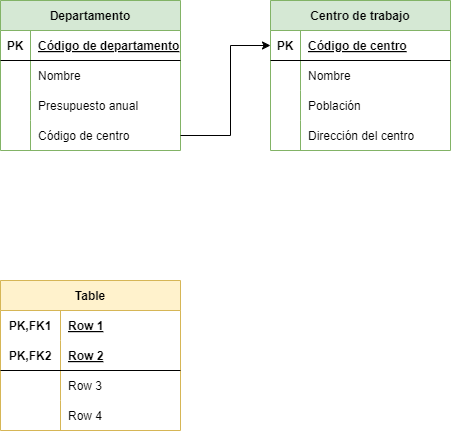
The draw.io diagram tareas/unidad-3/tarea-6/imágenes/tarea6.drawio.png in ManuelsDAM/base-datos, before a commit. Source tidied: cells renumbered, new cells last; positions are measured from the earlier drawing's top-left corner, leaving out a move shared by most shapes.
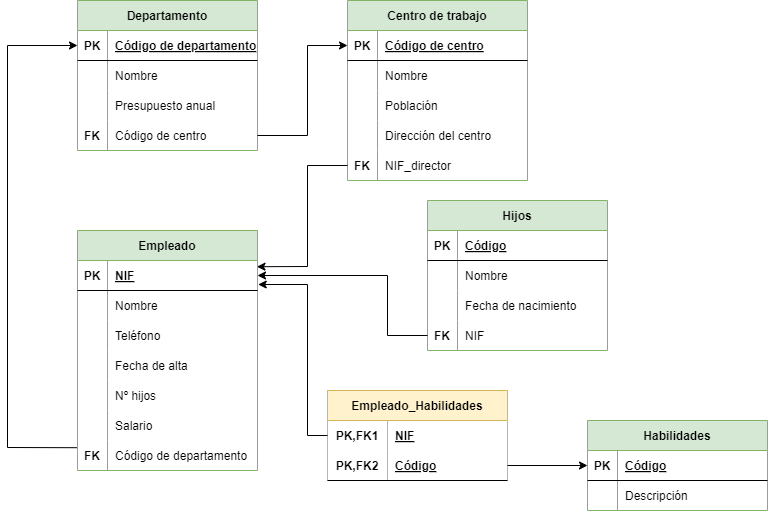
The same diagram one commit later.

Commit message:
Correcciones tarea 6 y read me's

The edit, as a diff of the source:
```diff
@@ -3,7 +3,7 @@
     <mxCell id="0" />
     <mxCell id="1" parent="0" />
     <mxCell id="2" value="Centro de trabajo" style="shape=table;startSize=30;rowLines=0;fontStyle=1;align=center;fillColor=#d5e8d4;strokeColor=#82b366;" parent="1" vertex="1">
-      <mxGeometry x="270" width="180" height="150" as="geometry" />
+      <mxGeometry x="270" width="180" height="180" as="geometry" />
     </mxCell>
     <mxCell id="3" style="shape=tableRow;horizontal=0;startSize=0;swimlaneHead=0;swimlaneBody=0;fillColor=none;points=[[0,0.5],[1,0.5]];portConstraint=eastwest;top=0;left=0;right=0;bottom=1;" parent="2" vertex="1">
       <mxGeometry y="30" width="180" height="30" as="geometry" />
@@ -41,8 +41,17 @@
     <mxCell id="14" value="Dirección del centro" style="shape=partialRectangle;fillColor=none;top=0;left=0;bottom=0;right=0;align=left;spacingLeft=6;overflow=hidden;" parent="12" vertex="1">
       <mxGeometry x="30" width="150" height="30" as="geometry" />
     </mxCell>
+    <mxCell id="42" style="shape=tableRow;horizontal=0;startSize=0;swimlaneHead=0;swimlaneBody=0;fillColor=none;points=[[0,0.5],[1,0.5]];portConstraint=eastwest;top=0;left=0;right=0;bottom=0;" parent="2" vertex="1">
+      <mxGeometry y="150" width="180" height="30" as="geometry" />
+    </mxCell>
+    <mxCell id="43" value="FK" style="shape=partialRectangle;fillColor=none;top=0;left=0;bottom=0;right=0;overflow=hidden;fontStyle=1;" parent="42" vertex="1">
+      <mxGeometry width="30" height="30" as="geometry" />
+    </mxCell>
+    <mxCell id="44" value="NIF_director" style="shape=partialRectangle;fillColor=none;top=0;left=0;bottom=0;right=0;align=left;spacingLeft=6;overflow=hidden;" parent="42" vertex="1">
+      <mxGeometry x="30" width="150" height="30" as="geometry" />
+    </mxCell>
-    <mxCell id="15" value="Table" style="shape=table;startSize=30;rowLines=0;fontStyle=1;align=center;fillColor=#fff2cc;strokeColor=#d6b656;" parent="1" vertex="1">
-      <mxGeometry y="280" width="180" height="150" as="geometry" />
+    <mxCell id="15" value="Empleado_Habilidades" style="shape=table;startSize=30;rowLines=0;fontStyle=1;align=center;fillColor=#fff2cc;strokeColor=#d6b656;" parent="1" vertex="1">
+      <mxGeometry x="250" y="390" width="180" height="90" as="geometry" />
     </mxCell>
     <mxCell id="16" style="shape=tableRow;horizontal=0;startSize=0;swimlaneHead=0;swimlaneBody=0;fillColor=none;points=[[0,0.5],[1,0.5]];portConstraint=eastwest;top=0;left=0;right=0;bottom=0;" parent="15" vertex="1">
       <mxGeometry y="30" width="180" height="30" as="geometry" />
@@ -50,7 +59,7 @@
     <mxCell id="17" value="PK,FK1" style="shape=partialRectangle;fillColor=none;top=0;left=0;bottom=0;right=0;fontStyle=1;overflow=hidden;" parent="16" vertex="1">
       <mxGeometry width="60" height="30" as="geometry" />
     </mxCell>
-    <mxCell id="18" value="Row 1" style="shape=partialRectangle;fillColor=none;top=0;left=0;bottom=0;right=0;align=left;spacingLeft=6;fontStyle=5;overflow=hidden;" parent="16" vertex="1">
+    <mxCell id="18" value="NIF" style="shape=partialRectangle;fillColor=none;top=0;left=0;bottom=0;right=0;align=left;spacingLeft=6;fontStyle=5;overflow=hidden;" parent="16" vertex="1">
       <mxGeometry x="60" width="120" height="30" as="geometry" />
     </mxCell>
     <mxCell id="19" style="shape=tableRow;horizontal=0;startSize=0;swimlaneHead=0;swimlaneBody=0;fillColor=none;points=[[0,0.5],[1,0.5]];portConstraint=eastwest;top=0;left=0;right=0;bottom=1;" parent="15" vertex="1">
@@ -59,27 +68,9 @@
     <mxCell id="20" value="PK,FK2" style="shape=partialRectangle;fillColor=none;top=0;left=0;bottom=0;right=0;fontStyle=1;overflow=hidden;" parent="19" vertex="1">
       <mxGeometry width="60" height="30" as="geometry" />
     </mxCell>
-    <mxCell id="21" value="Row 2" style="shape=partialRectangle;fillColor=none;top=0;left=0;bottom=0;right=0;align=left;spacingLeft=6;fontStyle=5;overflow=hidden;" parent="19" vertex="1">
+    <mxCell id="21" value="Código" style="shape=partialRectangle;fillColor=none;top=0;left=0;bottom=0;right=0;align=left;spacingLeft=6;fontStyle=5;overflow=hidden;" parent="19" vertex="1">
       <mxGeometry x="60" width="120" height="30" as="geometry" />
     </mxCell>
-    <mxCell id="22" style="shape=tableRow;horizontal=0;startSize=0;swimlaneHead=0;swimlaneBody=0;fillColor=none;top=0;left=0;right=0;bottom=0;" parent="15" vertex="1">
-      <mxGeometry y="90" width="180" height="30" as="geometry" />
-    </mxCell>
-    <mxCell id="23" style="shape=partialRectangle;fillColor=none;top=0;left=0;bottom=0;right=0;overflow=hidden;" parent="22" vertex="1">
-      <mxGeometry width="60" height="30" as="geometry" />
-    </mxCell>
-    <mxCell id="24" value="Row 3" style="shape=partialRectangle;fillColor=none;top=0;left=0;bottom=0;right=0;align=left;spacingLeft=6;overflow=hidden;" parent="22" vertex="1">
-      <mxGeometry x="60" width="120" height="30" as="geometry" />
-    </mxCell>
-    <mxCell id="25" style="shape=tableRow;horizontal=0;startSize=0;swimlaneHead=0;swimlaneBody=0;fillColor=none;top=0;left=0;right=0;bottom=0;" parent="15" vertex="1">
-      <mxGeometry y="120" width="180" height="30" as="geometry" />
-    </mxCell>
-    <mxCell id="26" style="shape=partialRectangle;fillColor=none;top=0;left=0;bottom=0;right=0;overflow=hidden;" parent="25" vertex="1">
-      <mxGeometry width="60" height="30" as="geometry" />
-    </mxCell>
-    <mxCell id="27" value="Row 4" style="shape=partialRectangle;fillColor=none;top=0;left=0;bottom=0;right=0;align=left;spacingLeft=6;overflow=hidden;" parent="25" vertex="1">
-      <mxGeometry x="60" width="120" height="30" as="geometry" />
-    </mxCell>
     <mxCell id="28" value="Departamento" style="shape=table;startSize=30;rowLines=0;fontStyle=1;align=center;fillColor=#d5e8d4;strokeColor=#82b366;" parent="1" vertex="1">
       <mxGeometry width="180" height="150" as="geometry" />
     </mxCell>
@@ -113,7 +104,7 @@
     <mxCell id="38" style="shape=tableRow;horizontal=0;startSize=0;swimlaneHead=0;swimlaneBody=0;fillColor=none;points=[[0,0.5],[1,0.5]];portConstraint=eastwest;top=0;left=0;right=0;bottom=0;" parent="28" vertex="1">
       <mxGeometry y="120" width="180" height="30" as="geometry" />
     </mxCell>
-    <mxCell id="39" style="shape=partialRectangle;fillColor=none;top=0;left=0;bottom=0;right=0;overflow=hidden;" parent="38" vertex="1">
+    <mxCell id="39" value="FK" style="shape=partialRectangle;fillColor=none;top=0;left=0;bottom=0;right=0;overflow=hidden;fontStyle=1;" parent="38" vertex="1">
       <mxGeometry width="30" height="30" as="geometry" />
     </mxCell>
     <mxCell id="40" value="Código de centro" style="shape=partialRectangle;fillColor=none;top=0;left=0;bottom=0;right=0;align=left;spacingLeft=6;overflow=hidden;" parent="38" vertex="1">
@@ -127,5 +118,166 @@
         </Array>
       </mxGeometry>
     </mxCell>
+    <mxCell id="45" value="Empleado" style="shape=table;startSize=30;rowLines=0;fontStyle=1;align=center;fillColor=#d5e8d4;strokeColor=#82b366;" parent="1" vertex="1">
+      <mxGeometry y="230" width="180" height="240" as="geometry" />
+    </mxCell>
+    <mxCell id="46" style="shape=tableRow;horizontal=0;startSize=0;swimlaneHead=0;swimlaneBody=0;fillColor=none;points=[[0,0.5],[1,0.5]];portConstraint=eastwest;top=0;left=0;right=0;bottom=1;" parent="45" vertex="1">
+      <mxGeometry y="30" width="180" height="30" as="geometry" />
+    </mxCell>
+    <mxCell id="47" value="PK" style="shape=partialRectangle;fillColor=none;top=0;left=0;bottom=0;right=0;fontStyle=1;overflow=hidden;" parent="46" vertex="1">
+      <mxGeometry width="30" height="30" as="geometry" />
+    </mxCell>
+    <mxCell id="48" value="NIF" style="shape=partialRectangle;fillColor=none;top=0;left=0;bottom=0;right=0;align=left;spacingLeft=6;fontStyle=5;overflow=hidden;" parent="46" vertex="1">
+      <mxGeometry x="30" width="150" height="30" as="geometry" />
+    </mxCell>
+    <mxCell id="49" style="shape=tableRow;horizontal=0;startSize=0;swimlaneHead=0;swimlaneBody=0;fillColor=none;top=0;left=0;right=0;bottom=0;" parent="45" vertex="1">
+      <mxGeometry y="60" width="180" height="30" as="geometry" />
+    </mxCell>
+    <mxCell id="50" style="shape=partialRectangle;fillColor=none;top=0;left=0;bottom=0;right=0;overflow=hidden;" parent="49" vertex="1">
+      <mxGeometry width="30" height="30" as="geometry" />
+    </mxCell>
+    <mxCell id="51" value="Nombre" style="shape=partialRectangle;fillColor=none;top=0;left=0;bottom=0;right=0;align=left;spacingLeft=6;overflow=hidden;" parent="49" vertex="1">
+      <mxGeometry x="30" width="150" height="30" as="geometry" />
+    </mxCell>
+    <mxCell id="52" style="shape=tableRow;horizontal=0;startSize=0;swimlaneHead=0;swimlaneBody=0;fillColor=none;top=0;left=0;right=0;bottom=0;" parent="45" vertex="1">
+      <mxGeometry y="90" width="180" height="30" as="geometry" />
+    </mxCell>
+    <mxCell id="53" style="shape=partialRectangle;fillColor=none;top=0;left=0;bottom=0;right=0;overflow=hidden;" parent="52" vertex="1">
+      <mxGeometry width="30" height="30" as="geometry" />
+    </mxCell>
+    <mxCell id="54" value="Teléfono" style="shape=partialRectangle;fillColor=none;top=0;left=0;bottom=0;right=0;align=left;spacingLeft=6;overflow=hidden;" parent="52" vertex="1">
+      <mxGeometry x="30" width="150" height="30" as="geometry" />
+    </mxCell>
+    <mxCell id="55" style="shape=tableRow;horizontal=0;startSize=0;swimlaneHead=0;swimlaneBody=0;fillColor=none;top=0;left=0;right=0;bottom=0;" parent="45" vertex="1">
+      <mxGeometry y="120" width="180" height="30" as="geometry" />
+    </mxCell>
+    <mxCell id="56" style="shape=partialRectangle;fillColor=none;top=0;left=0;bottom=0;right=0;overflow=hidden;" parent="55" vertex="1">
+      <mxGeometry width="30" height="30" as="geometry" />
+    </mxCell>
+    <mxCell id="57" value="Fecha de alta" style="shape=partialRectangle;fillColor=none;top=0;left=0;bottom=0;right=0;align=left;spacingLeft=6;overflow=hidden;" parent="55" vertex="1">
+      <mxGeometry x="30" width="150" height="30" as="geometry" />
+    </mxCell>
+    <mxCell id="58" style="shape=tableRow;horizontal=0;startSize=0;swimlaneHead=0;swimlaneBody=0;fillColor=none;top=0;left=0;right=0;bottom=0;" parent="45" vertex="1">
+      <mxGeometry y="150" width="180" height="30" as="geometry" />
+    </mxCell>
+    <mxCell id="59" style="shape=partialRectangle;fillColor=none;top=0;left=0;bottom=0;right=0;overflow=hidden;" parent="58" vertex="1">
+      <mxGeometry width="30" height="30" as="geometry" />
+    </mxCell>
+    <mxCell id="60" value="Nº hijos" style="shape=partialRectangle;fillColor=none;top=0;left=0;bottom=0;right=0;align=left;spacingLeft=6;overflow=hidden;" parent="58" vertex="1">
+      <mxGeometry x="30" width="150" height="30" as="geometry" />
+    </mxCell>
+    <mxCell id="61" style="shape=tableRow;horizontal=0;startSize=0;swimlaneHead=0;swimlaneBody=0;fillColor=none;top=0;left=0;right=0;bottom=0;" parent="45" vertex="1">
+      <mxGeometry y="180" width="180" height="30" as="geometry" />
+    </mxCell>
+    <mxCell id="62" style="shape=partialRectangle;fillColor=none;top=0;left=0;bottom=0;right=0;overflow=hidden;" parent="61" vertex="1">
+      <mxGeometry width="30" height="30" as="geometry" />
+    </mxCell>
+    <mxCell id="63" value="Salario" style="shape=partialRectangle;fillColor=none;top=0;left=0;bottom=0;right=0;align=left;spacingLeft=6;overflow=hidden;" parent="61" vertex="1">
+      <mxGeometry x="30" width="150" height="30" as="geometry" />
+    </mxCell>
+    <mxCell id="64" style="shape=tableRow;horizontal=0;startSize=0;swimlaneHead=0;swimlaneBody=0;fillColor=none;points=[[0,0.5],[1,0.5]];portConstraint=eastwest;top=0;left=0;right=0;bottom=0;" parent="45" vertex="1">
+      <mxGeometry y="210" width="180" height="30" as="geometry" />
+    </mxCell>
+    <mxCell id="65" value="FK" style="shape=partialRectangle;fillColor=none;top=0;left=0;bottom=0;right=0;overflow=hidden;fontStyle=1;" parent="64" vertex="1">
+      <mxGeometry width="30" height="30" as="geometry" />
+    </mxCell>
+    <mxCell id="66" value="Código de departamento" style="shape=partialRectangle;fillColor=none;top=0;left=0;bottom=0;right=0;align=left;spacingLeft=6;overflow=hidden;" parent="64" vertex="1">
+      <mxGeometry x="30" width="150" height="30" as="geometry" />
+    </mxCell>
+    <mxCell id="67" style="edgeStyle=none;rounded=0;html=1;exitX=-0.004;exitY=0.24;exitDx=0;exitDy=0;entryX=0;entryY=0.5;entryDx=0;entryDy=0;exitPerimeter=0;" parent="1" edge="1" source="64" target="29">
+      <mxGeometry relative="1" as="geometry">
+        <Array as="points">
+          <mxPoint x="-70" y="447" />
+          <mxPoint x="-70" y="45" />
+        </Array>
+      </mxGeometry>
+    </mxCell>
+    <mxCell id="68" style="edgeStyle=none;rounded=0;html=1;exitX=0;exitY=0.5;exitDx=0;exitDy=0;entryX=0.997;entryY=0.207;entryDx=0;entryDy=0;entryPerimeter=0;" parent="1" edge="1" source="42" target="46">
+      <mxGeometry relative="1" as="geometry">
+        <Array as="points">
+          <mxPoint x="230" y="165" />
+          <mxPoint x="230" y="266" />
+        </Array>
+      </mxGeometry>
+    </mxCell>
+    <mxCell id="69" value="Hijos" style="shape=table;startSize=30;rowLines=0;fontStyle=1;align=center;fillColor=#d5e8d4;strokeColor=#82b366;" parent="1" vertex="1">
+      <mxGeometry x="350" y="200" width="180" height="150" as="geometry" />
+    </mxCell>
+    <mxCell id="70" style="shape=tableRow;horizontal=0;startSize=0;swimlaneHead=0;swimlaneBody=0;fillColor=none;top=0;left=0;right=0;bottom=1;" parent="69" vertex="1">
+      <mxGeometry y="30" width="180" height="30" as="geometry" />
+    </mxCell>
+    <mxCell id="71" value="PK" style="shape=partialRectangle;fillColor=none;top=0;left=0;bottom=0;right=0;fontStyle=1;overflow=hidden;" parent="70" vertex="1">
+      <mxGeometry width="30" height="30" as="geometry" />
+    </mxCell>
+    <mxCell id="72" value="Código" style="shape=partialRectangle;fillColor=none;top=0;left=0;bottom=0;right=0;align=left;spacingLeft=6;fontStyle=5;overflow=hidden;" parent="70" vertex="1">
+      <mxGeometry x="30" width="150" height="30" as="geometry" />
+    </mxCell>
+    <mxCell id="73" style="shape=tableRow;horizontal=0;startSize=0;swimlaneHead=0;swimlaneBody=0;fillColor=none;top=0;left=0;right=0;bottom=0;" parent="69" vertex="1">
+      <mxGeometry y="60" width="180" height="30" as="geometry" />
+    </mxCell>
+    <mxCell id="74" style="shape=partialRectangle;fillColor=none;top=0;left=0;bottom=0;right=0;overflow=hidden;" parent="73" vertex="1">
+      <mxGeometry width="30" height="30" as="geometry" />
+    </mxCell>
+    <mxCell id="75" value="Nombre" style="shape=partialRectangle;fillColor=none;top=0;left=0;bottom=0;right=0;align=left;spacingLeft=6;overflow=hidden;" parent="73" vertex="1">
+      <mxGeometry x="30" width="150" height="30" as="geometry" />
+    </mxCell>
+    <mxCell id="76" style="shape=tableRow;horizontal=0;startSize=0;swimlaneHead=0;swimlaneBody=0;fillColor=none;top=0;left=0;right=0;bottom=0;" parent="69" vertex="1">
+      <mxGeometry y="90" width="180" height="30" as="geometry" />
+    </mxCell>
+    <mxCell id="77" style="shape=partialRectangle;fillColor=none;top=0;left=0;bottom=0;right=0;overflow=hidden;" parent="76" vertex="1">
+      <mxGeometry width="30" height="30" as="geometry" />
+    </mxCell>
+    <mxCell id="78" value="Fecha de nacimiento" style="shape=partialRectangle;fillColor=none;top=0;left=0;bottom=0;right=0;align=left;spacingLeft=6;overflow=hidden;" parent="76" vertex="1">
+      <mxGeometry x="30" width="150" height="30" as="geometry" />
+    </mxCell>
+    <mxCell id="79" style="shape=tableRow;horizontal=0;startSize=0;swimlaneHead=0;swimlaneBody=0;fillColor=none;points=[[0,0.5],[1,0.5]];portConstraint=eastwest;top=0;left=0;right=0;bottom=0;" parent="69" vertex="1">
+      <mxGeometry y="120" width="180" height="30" as="geometry" />
+    </mxCell>
+    <mxCell id="80" value="FK" style="shape=partialRectangle;fillColor=none;top=0;left=0;bottom=0;right=0;overflow=hidden;fontStyle=1;" parent="79" vertex="1">
+      <mxGeometry width="30" height="30" as="geometry" />
+    </mxCell>
+    <mxCell id="81" value="NIF" style="shape=partialRectangle;fillColor=none;top=0;left=0;bottom=0;right=0;align=left;spacingLeft=6;overflow=hidden;" parent="79" vertex="1">
+      <mxGeometry x="30" width="150" height="30" as="geometry" />
+    </mxCell>
+    <mxCell id="82" style="edgeStyle=none;rounded=0;html=1;exitX=0;exitY=0.5;exitDx=0;exitDy=0;entryX=1;entryY=0.5;entryDx=0;entryDy=0;" parent="1" edge="1" source="79" target="46">
+      <mxGeometry relative="1" as="geometry">
+        <Array as="points">
+          <mxPoint x="310" y="335" />
+          <mxPoint x="310" y="275" />
+        </Array>
+      </mxGeometry>
+    </mxCell>
+    <mxCell id="83" style="edgeStyle=none;rounded=0;html=1;exitX=0;exitY=0.5;exitDx=0;exitDy=0;entryX=1.004;entryY=0.8;entryDx=0;entryDy=0;entryPerimeter=0;" parent="1" edge="1" source="16" target="46">
+      <mxGeometry relative="1" as="geometry">
+        <Array as="points">
+          <mxPoint x="230" y="435" />
+          <mxPoint x="230" y="284" />
+        </Array>
+      </mxGeometry>
+    </mxCell>
+    <mxCell id="84" value="Habilidades" style="shape=table;startSize=30;rowLines=0;fontStyle=1;align=center;fillColor=#d5e8d4;strokeColor=#82b366;" parent="1" vertex="1">
+      <mxGeometry x="510" y="420" width="180" height="90" as="geometry" />
+    </mxCell>
+    <mxCell id="85" style="shape=tableRow;horizontal=0;startSize=0;swimlaneHead=0;swimlaneBody=0;fillColor=none;points=[[0,0.5],[1,0.5]];portConstraint=eastwest;top=0;left=0;right=0;bottom=1;" parent="84" vertex="1">
+      <mxGeometry y="30" width="180" height="30" as="geometry" />
+    </mxCell>
+    <mxCell id="86" value="PK" style="shape=partialRectangle;fillColor=none;top=0;left=0;bottom=0;right=0;fontStyle=1;overflow=hidden;" parent="85" vertex="1">
+      <mxGeometry width="30" height="30" as="geometry" />
+    </mxCell>
+    <mxCell id="87" value="Código" style="shape=partialRectangle;fillColor=none;top=0;left=0;bottom=0;right=0;align=left;spacingLeft=6;fontStyle=5;overflow=hidden;" parent="85" vertex="1">
+      <mxGeometry x="30" width="150" height="30" as="geometry" />
+    </mxCell>
+    <mxCell id="88" style="shape=tableRow;horizontal=0;startSize=0;swimlaneHead=0;swimlaneBody=0;fillColor=none;top=0;left=0;right=0;bottom=0;" parent="84" vertex="1">
+      <mxGeometry y="60" width="180" height="30" as="geometry" />
+    </mxCell>
+    <mxCell id="89" style="shape=partialRectangle;fillColor=none;top=0;left=0;bottom=0;right=0;overflow=hidden;" parent="88" vertex="1">
+      <mxGeometry width="30" height="30" as="geometry" />
+    </mxCell>
+    <mxCell id="90" value="Descripción" style="shape=partialRectangle;fillColor=none;top=0;left=0;bottom=0;right=0;align=left;spacingLeft=6;overflow=hidden;" parent="88" vertex="1">
+      <mxGeometry x="30" width="150" height="30" as="geometry" />
+    </mxCell>
+    <mxCell id="91" style="edgeStyle=none;rounded=0;html=1;exitX=1;exitY=0.5;exitDx=0;exitDy=0;entryX=0;entryY=0.5;entryDx=0;entryDy=0;" parent="1" edge="1" source="19" target="85">
+      <mxGeometry relative="1" as="geometry" />
+    </mxCell>
   </root>
 </mxGraphModel>
```
